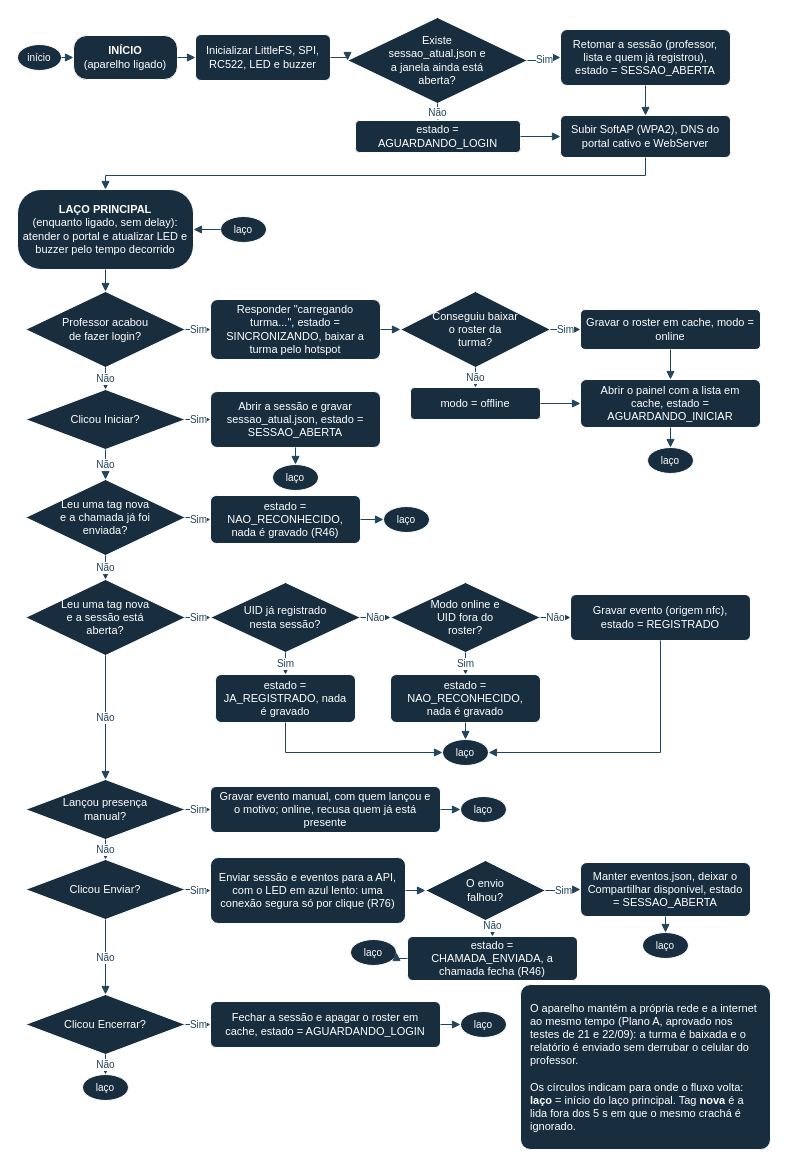
Before: docs/fluxograma-logica.drawio in caioplaninschek/presente, a draw.io diagram. Source tidied: cells renumbered, new cells numbered last; positions are measured from the earlier drawing's top-left corner, leaving out a move shared by most shapes. Both pictures are drawn from the tidied source at 100%, with x=0, y=0 at pixel (17, 17).
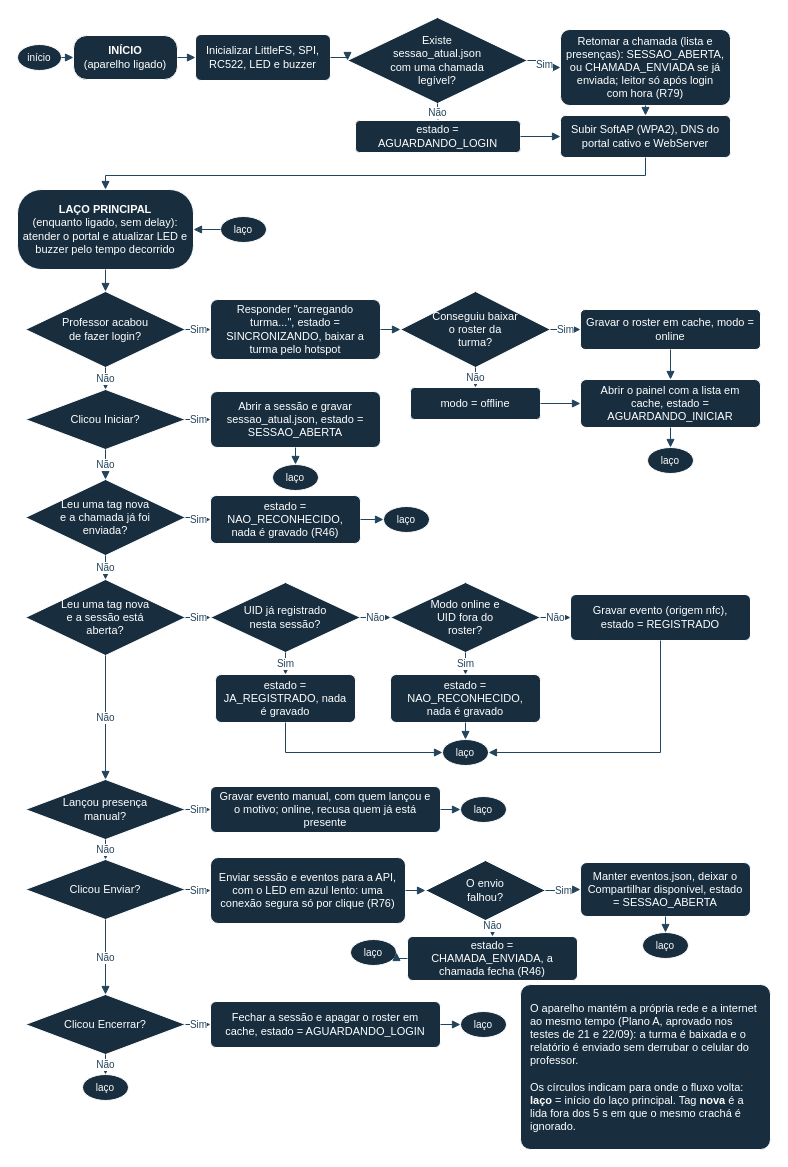
The same diagram, later.

Change to the diagram source:
```diff
@@
-    <mxCell id="5" value="Existe sessao_atual.json e a janela ainda está aberta?" style="whiteSpace=wrap;html=1;fontSize=11;fontColor=#FFFFFF;strokeColor=#FFFFFF;fillColor=#182E3E;rhombus;spacingLeft=36;spacingRight=36;" parent="1" vertex="1">
+    <mxCell id="5" value="Existe sessao_atual.json com uma chamada legível?" style="whiteSpace=wrap;html=1;fontSize=11;fontColor=#FFFFFF;strokeColor=#FFFFFF;fillColor=#182E3E;rhombus;spacingLeft=36;spacingRight=36;" parent="1" vertex="1">
       <mxGeometry x="330" width="180" height="86" as="geometry" />
     </mxCell>
-    <mxCell id="6" value="Retomar a sessão (professor, lista e quem já registrou), estado = SESSAO_ABERTA" style="whiteSpace=wrap;html=1;fontSize=11;fontColor=#FFFFFF;strokeColor=#FFFFFF;fillColor=#182E3E;rounded=1;arcSize=12;spacingLeft=5;spacingRight=5;" parent="1" vertex="1">
-      <mxGeometry x="543" y="12" width="170" height="56" as="geometry" />
+    <mxCell id="6" value="Retomar a chamada (lista e presenças): SESSAO_ABERTA, ou CHAMADA_ENVIADA se já enviada; leitor só após login com hora (R79)" style="whiteSpace=wrap;html=1;fontSize=11;fontColor=#FFFFFF;strokeColor=#FFFFFF;fillColor=#182E3E;rounded=1;arcSize=12;spacingLeft=5;spacingRight=5;" parent="1" vertex="1">
+      <mxGeometry x="543" y="12" width="170" height="76" as="geometry" />
     </mxCell>
```
